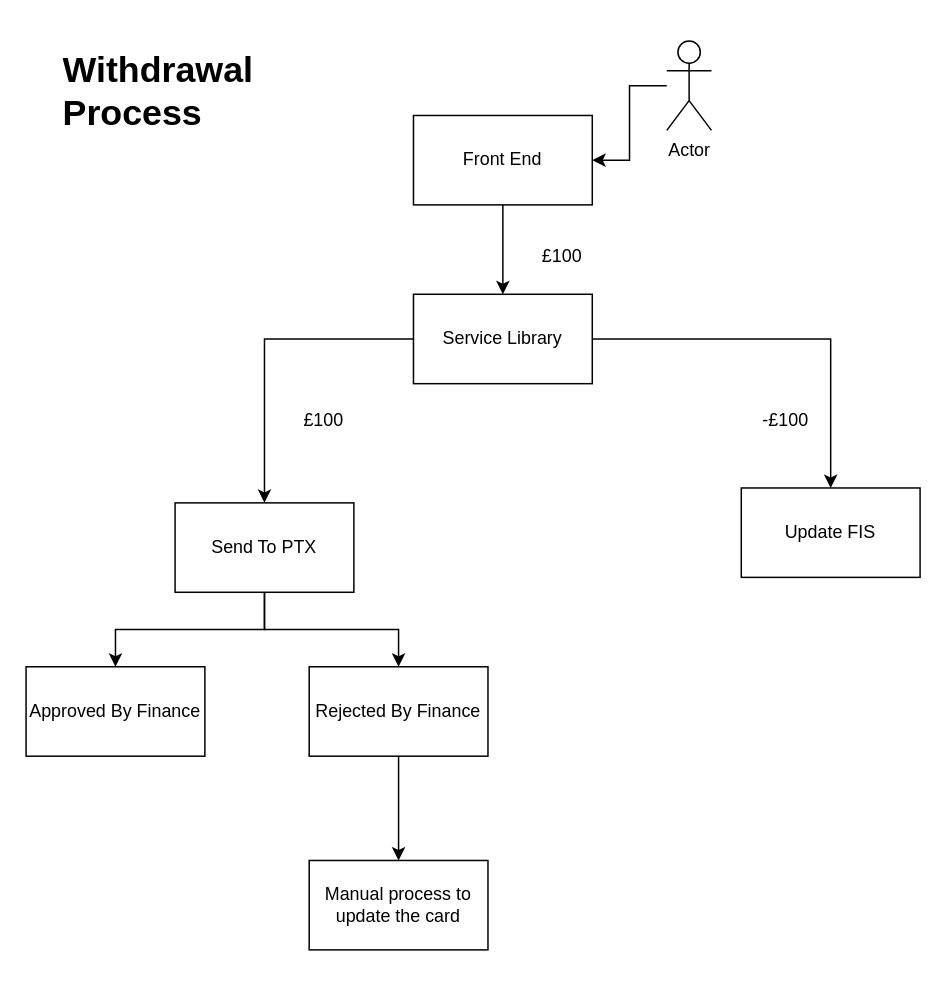
mattwatts36/drawings keeps this draw.io diagram as FIS_WalletToWallet.drawio. Above is the earlier version. Source tidied: cells renumbered, new cells numbered last; positions are measured from the earlier drawing's top-left corner, leaving out a move shared by most shapes. Both pictures are drawn from the tidied source at 149%, with x=0, y=0 at pixel (25, 40).
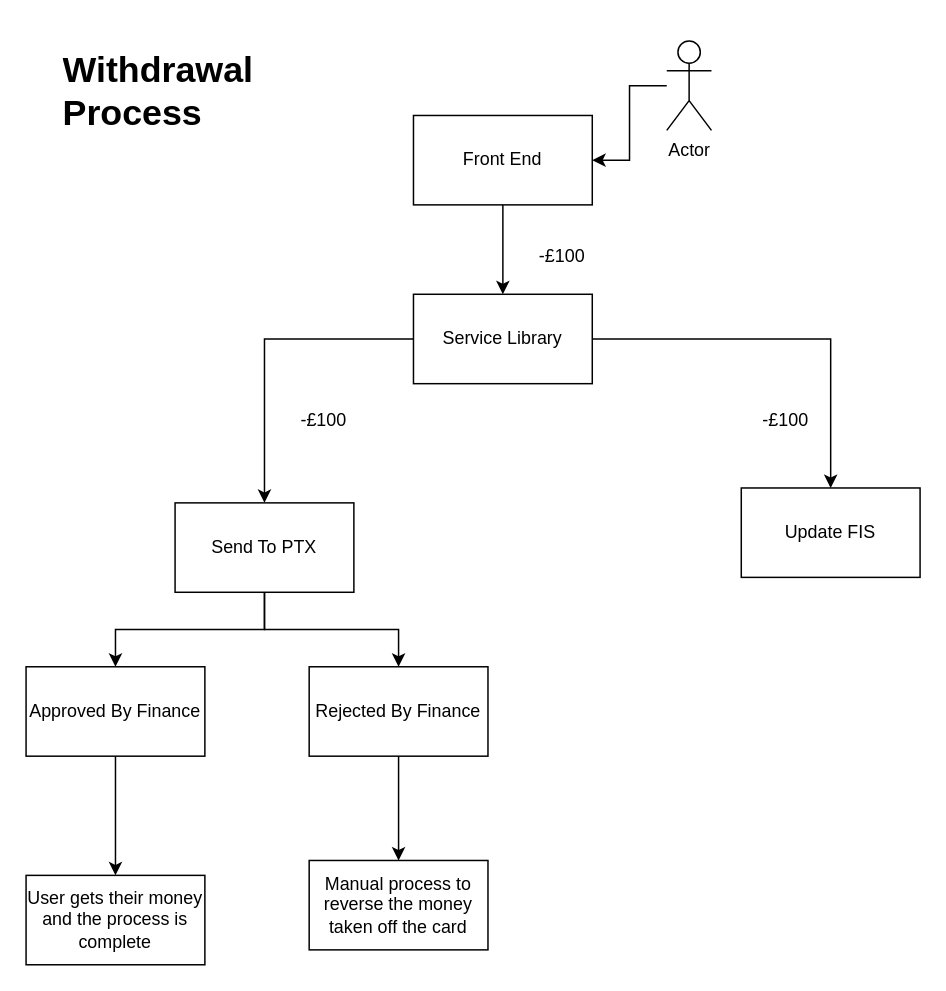
Above is the later version.

Commit message:
changed the manual process wording

Unchanged cells that the change refers to:
```xml
<mxCell id="13" value="Approved By Finance" style="whiteSpace=wrap;html=1;rounded=0;" parent="1" vertex="1">
  <mxGeometry y="420" width="120" height="60" as="geometry" />
</mxCell>
```

What changed in the source:
```diff
@@
+    <mxCell id="21" style="edgeStyle=orthogonalEdgeStyle;rounded=0;jettySize=auto;html=1;" parent="1" edge="1" source="13" target="22">
+      <mxGeometry relative="1" as="geometry" />
+    </mxCell>
@@
-    <mxCell id="16" value="£100" style="text;html=1;strokeColor=none;fillColor=none;align=center;verticalAlign=middle;whiteSpace=wrap;rounded=0;" parent="1" vertex="1">
+    <mxCell id="16" value="-£100" style="text;html=1;strokeColor=none;fillColor=none;align=center;verticalAlign=middle;whiteSpace=wrap;rounded=0;" parent="1" vertex="1">
       <mxGeometry x="330" y="130" width="60" height="30" as="geometry" />
     </mxCell>
-    <mxCell id="17" value="£100" style="text;html=1;strokeColor=none;fillColor=none;align=center;verticalAlign=middle;whiteSpace=wrap;rounded=0;" parent="1" vertex="1">
+    <mxCell id="17" value="-£100" style="text;html=1;strokeColor=none;fillColor=none;align=center;verticalAlign=middle;whiteSpace=wrap;rounded=0;" parent="1" vertex="1">
       <mxGeometry x="170" y="240" width="60" height="30" as="geometry" />
     </mxCell>
@@
-    <mxCell id="20" value="Manual process to update the card" style="rounded=0;whiteSpace=wrap;html=1;" parent="1" vertex="1">
+    <mxCell id="20" value="Manual process to reverse the money taken off the card" style="rounded=0;whiteSpace=wrap;html=1;" parent="1" vertex="1">
       <mxGeometry x="190" y="550" width="120" height="60" as="geometry" />
     </mxCell>
+    <mxCell id="22" value="User gets their money and the process is complete" style="whiteSpace=wrap;html=1;rounded=0;" parent="1" vertex="1">
+      <mxGeometry y="560" width="120" height="60" as="geometry" />
+    </mxCell>
```
